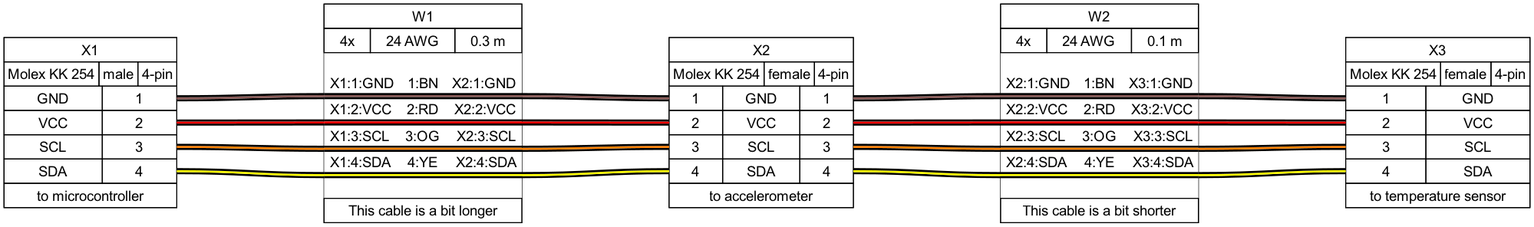
Before: tutorial/tutorial04.png, a diagram exported from Graphviz (tobiasfalk/WireViz). Its source is kept beside it as tutorial/tutorial04.gv. Source of this version:
```dot
graph {
	graph [bgcolor="#FFFFFF" fontname=arial nodesep=0.33 rankdir=LR ranksep=2]
	node [fillcolor="#FFFFFF" fontname=arial height=0 margin=0 shape=none style=filled width=0]
	edge [fontname=arial style=bold]
	X1 [label=<
<table border="0" cellspacing="0" cellpadding="0" bgcolor="#FFFFFF">
 <tr>
  <td>
   <table border="0" cellborder="1" cellpadding="3" cellspacing="0">
    <tr>
     <td>X1</td>
    </tr>
   </table>
  </td>
 </tr>
 <tr>
  <td>
   <table border="0" cellborder="1" cellpadding="3" cellspacing="0">
    <tr>
     <td>Molex KK 254</td>
     <td>male</td>
     <td>4-pin</td>
    </tr>
   </table>
  </td>
 </tr>
 <tr>
  <td>
   <table border="0" cellborder="1" cellpadding="3" cellspacing="0">
    <tr>
     <td>GND</td>
     <td port="p1r">1</td>
    </tr>
    <tr>
     <td>VCC</td>
     <td port="p2r">2</td>
    </tr>
    <tr>
     <td>SCL</td>
     <td port="p3r">3</td>
    </tr>
    <tr>
     <td>SDA</td>
     <td port="p4r">4</td>
    </tr>
   </table>
  </td>
 </tr>
 <tr>
  <td>
   <table border="0" cellborder="1" cellpadding="3" cellspacing="0">
    <tr>
     <td balign="left">to microcontroller</td>
    </tr>
   </table>
  </td>
 </tr>
</table>
> shape=box style=filled]
	X2 [label=<
<table border="0" cellspacing="0" cellpadding="0" bgcolor="#FFFFFF">
 <tr>
  <td>
   <table border="0" cellborder="1" cellpadding="3" cellspacing="0">
    <tr>
     <td>X2</td>
    </tr>
   </table>
  </td>
 </tr>
 <tr>
  <td>
   <table border="0" cellborder="1" cellpadding="3" cellspacing="0">
    <tr>
     <td>Molex KK 254</td>
     <td>female</td>
     <td>4-pin</td>
    </tr>
   </table>
  </td>
 </tr>
 <tr>
  <td>
   <table border="0" cellborder="1" cellpadding="3" cellspacing="0">
    <tr>
     <td port="p1l">1</td>
     <td>GND</td>
     <td port="p1r">1</td>
    </tr>
    <tr>
     <td port="p2l">2</td>
     <td>VCC</td>
     <td port="p2r">2</td>
    </tr>
    <tr>
     <td port="p3l">3</td>
     <td>SCL</td>
     <td port="p3r">3</td>
    </tr>
    <tr>
     <td port="p4l">4</td>
     <td>SDA</td>
     <td port="p4r">4</td>
    </tr>
   </table>
  </td>
 </tr>
 <tr>
  <td>
   <table border="0" cellborder="1" cellpadding="3" cellspacing="0">
    <tr>
     <td balign="left">to accelerometer</td>
    </tr>
   </table>
  </td>
 </tr>
</table>
> shape=box style=filled]
	X3 [label=<
<table border="0" cellspacing="0" cellpadding="0" bgcolor="#FFFFFF">
 <tr>
  <td>
   <table border="0" cellborder="1" cellpadding="3" cellspacing="0">
    <tr>
     <td>X3</td>
    </tr>
   </table>
  </td>
 </tr>
 <tr>
  <td>
   <table border="0" cellborder="1" cellpadding="3" cellspacing="0">
    <tr>
     <td>Molex KK 254</td>
     <td>female</td>
     <td>4-pin</td>
    </tr>
   </table>
  </td>
 </tr>
 <tr>
  <td>
   <table border="0" cellborder="1" cellpadding="3" cellspacing="0">
    <tr>
     <td port="p1l">1</td>
     <td>GND</td>
    </tr>
    <tr>
     <td port="p2l">2</td>
     <td>VCC</td>
    </tr>
    <tr>
     <td port="p3l">3</td>
     <td>SCL</td>
    </tr>
    <tr>
     <td port="p4l">4</td>
     <td>SDA</td>
    </tr>
   </table>
  </td>
 </tr>
 <tr>
  <td>
   <table border="0" cellborder="1" cellpadding="3" cellspacing="0">
    <tr>
     <td balign="left">to temperature sensor</td>
    </tr>
   </table>
  </td>
 </tr>
</table>
> shape=box style=filled]
	W1 [label=<
<table border="0" cellspacing="0" cellpadding="0" bgcolor="#FFFFFF">
 <tr>
  <td>
   <table border="0" cellborder="1" cellpadding="3" cellspacing="0">
    <tr>
     <td>W1</td>
    </tr>
   </table>
  </td>
 </tr>
 <tr>
  <td>
   <table border="0" cellborder="1" cellpadding="3" cellspacing="0">
    <tr>
     <td>4x</td>
     <td>24 AWG</td>
     <td>0.3 m</td>
    </tr>
   </table>
  </td>
 </tr>
 <tr>
  <td>
   <table border="0" cellborder="0" cellspacing="0">
    <tr>
     <td>&nbsp;</td>
    </tr>
    <tr>
     <td align="left"> X1:1:GND</td>
     <td> </td>
     <td>1:BN</td>
     <td> </td>
     <td align="right">X2:1:GND </td>
    </tr>
    <tr>
     <td border="0" cellspacing="0" cellpadding="0" colspan="5" height="6" port="w1">
      <table border="0" cellborder="0" cellspacing="0">
       <tr>
        <td bgcolor="#000000" border="0" cellpadding="0" colspan="5" height="2"></td>
       </tr>
       <tr>
        <td bgcolor="#895956" border="0" cellpadding="0" colspan="5" height="2"></td>
       </tr>
       <tr>
        <td bgcolor="#000000" border="0" cellpadding="0" colspan="5" height="2"></td>
       </tr>
      </table>
     </td>
    </tr>
    <tr>
     <td align="left"> X1:2:VCC</td>
     <td> </td>
     <td>2:RD</td>
     <td> </td>
     <td align="right">X2:2:VCC </td>
    </tr>
    <tr>
     <td border="0" cellspacing="0" cellpadding="0" colspan="5" height="6" port="w2">
      <table border="0" cellborder="0" cellspacing="0">
       <tr>
        <td bgcolor="#000000" border="0" cellpadding="0" colspan="5" height="2"></td>
       </tr>
       <tr>
        <td bgcolor="#FF0000" border="0" cellpadding="0" colspan="5" height="2"></td>
       </tr>
       <tr>
        <td bgcolor="#000000" border="0" cellpadding="0" colspan="5" height="2"></td>
       </tr>
      </table>
     </td>
    </tr>
    <tr>
     <td align="left"> X1:3:SCL</td>
     <td> </td>
     <td>3:OG</td>
     <td> </td>
     <td align="right">X2:3:SCL </td>
    </tr>
    <tr>
     <td border="0" cellspacing="0" cellpadding="0" colspan="5" height="6" port="w3">
      <table border="0" cellborder="0" cellspacing="0">
       <tr>
        <td bgcolor="#000000" border="0" cellpadding="0" colspan="5" height="2"></td>
       </tr>
       <tr>
        <td bgcolor="#FF8000" border="0" cellpadding="0" colspan="5" height="2"></td>
       </tr>
       <tr>
        <td bgcolor="#000000" border="0" cellpadding="0" colspan="5" height="2"></td>
       </tr>
      </table>
     </td>
    </tr>
    <tr>
     <td align="left"> X1:4:SDA</td>
     <td> </td>
     <td>4:YE</td>
     <td> </td>
     <td align="right">X2:4:SDA </td>
    </tr>
    <tr>
     <td border="0" cellspacing="0" cellpadding="0" colspan="5" height="6" port="w4">
      <table border="0" cellborder="0" cellspacing="0">
       <tr>
        <td bgcolor="#000000" border="0" cellpadding="0" colspan="5" height="2"></td>
       </tr>
       <tr>
        <td bgcolor="#FFFF00" border="0" cellpadding="0" colspan="5" height="2"></td>
       </tr>
       <tr>
        <td bgcolor="#000000" border="0" cellpadding="0" colspan="5" height="2"></td>
       </tr>
      </table>
     </td>
    </tr>
    <tr>
     <td>&nbsp;</td>
    </tr>
   </table>
  </td>
 </tr>
 <tr>
  <td>
   <table border="0" cellborder="1" cellpadding="3" cellspacing="0">
    <tr>
     <td balign="left">This cable is a bit longer</td>
    </tr>
   </table>
  </td>
 </tr>
</table>
> shape=box style=filled]
	edge [color="#000000:#895956:#000000"]
	X1:p1r:e -- W1:w1:w
	W1:w1:e -- X2:p1l:w
	edge [color="#000000:#FF0000:#000000"]
	X1:p2r:e -- W1:w2:w
	W1:w2:e -- X2:p2l:w
	edge [color="#000000:#FF8000:#000000"]
	X1:p3r:e -- W1:w3:w
	W1:w3:e -- X2:p3l:w
	edge [color="#000000:#FFFF00:#000000"]
	X1:p4r:e -- W1:w4:w
	W1:w4:e -- X2:p4l:w
	W2 [label=<
<table border="0" cellspacing="0" cellpadding="0" bgcolor="#FFFFFF">
 <tr>
  <td>
   <table border="0" cellborder="1" cellpadding="3" cellspacing="0">
    <tr>
     <td>W2</td>
    </tr>
   </table>
  </td>
 </tr>
 <tr>
  <td>
   <table border="0" cellborder="1" cellpadding="3" cellspacing="0">
    <tr>
     <td>4x</td>
     <td>24 AWG</td>
     <td>0.1 m</td>
    </tr>
   </table>
  </td>
 </tr>
 <tr>
  <td>
   <table border="0" cellborder="0" cellspacing="0">
    <tr>
     <td>&nbsp;</td>
    </tr>
    <tr>
     <td align="left"> X2:1:GND</td>
     <td> </td>
     <td>1:BN</td>
     <td> </td>
     <td align="right">X3:1:GND </td>
    </tr>
    <tr>
     <td border="0" cellspacing="0" cellpadding="0" colspan="5" height="6" port="w1">
      <table border="0" cellborder="0" cellspacing="0">
       <tr>
        <td bgcolor="#000000" border="0" cellpadding="0" colspan="5" height="2"></td>
       </tr>
       <tr>
        <td bgcolor="#895956" border="0" cellpadding="0" colspan="5" height="2"></td>
       </tr>
       <tr>
        <td bgcolor="#000000" border="0" cellpadding="0" colspan="5" height="2"></td>
       </tr>
      </table>
     </td>
    </tr>
    <tr>
     <td align="left"> X2:2:VCC</td>
     <td> </td>
     <td>2:RD</td>
     <td> </td>
     <td align="right">X3:2:VCC </td>
    </tr>
    <tr>
     <td border="0" cellspacing="0" cellpadding="0" colspan="5" height="6" port="w2">
      <table border="0" cellborder="0" cellspacing="0">
       <tr>
        <td bgcolor="#000000" border="0" cellpadding="0" colspan="5" height="2"></td>
       </tr>
       <tr>
        <td bgcolor="#FF0000" border="0" cellpadding="0" colspan="5" height="2"></td>
       </tr>
       <tr>
        <td bgcolor="#000000" border="0" cellpadding="0" colspan="5" height="2"></td>
       </tr>
      </table>
     </td>
    </tr>
    <tr>
     <td align="left"> X2:3:SCL</td>
     <td> </td>
     <td>3:OG</td>
     <td> </td>
     <td align="right">X3:3:SCL </td>
    </tr>
    <tr>
     <td border="0" cellspacing="0" cellpadding="0" colspan="5" height="6" port="w3">
      <table border="0" cellborder="0" cellspacing="0">
       <tr>
        <td bgcolor="#000000" border="0" cellpadding="0" colspan="5" height="2"></td>
       </tr>
       <tr>
        <td bgcolor="#FF8000" border="0" cellpadding="0" colspan="5" height="2"></td>
       </tr>
       <tr>
        <td bgcolor="#000000" border="0" cellpadding="0" colspan="5" height="2"></td>
       </tr>
      </table>
     </td>
    </tr>
    <tr>
     <td align="left"> X2:4:SDA</td>
     <td> </td>
     <td>4:YE</td>
     <td> </td>
     <td align="right">X3:4:SDA </td>
    </tr>
    <tr>
     <td border="0" cellspacing="0" cellpadding="0" colspan="5" height="6" port="w4">
      <table border="0" cellborder="0" cellspacing="0">
       <tr>
        <td bgcolor="#000000" border="0" cellpadding="0" colspan="5" height="2"></td>
       </tr>
       <tr>
        <td bgcolor="#FFFF00" border="0" cellpadding="0" colspan="5" height="2"></td>
       </tr>
       <tr>
        <td bgcolor="#000000" border="0" cellpadding="0" colspan="5" height="2"></td>
       </tr>
      </table>
     </td>
    </tr>
    <tr>
     <td>&nbsp;</td>
    </tr>
   </table>
  </td>
 </tr>
 <tr>
  <td>
   <table border="0" cellborder="1" cellpadding="3" cellspacing="0">
    <tr>
     <td balign="left">This cable is a bit shorter</td>
    </tr>
   </table>
  </td>
 </tr>
</table>
> shape=box style=filled]
	edge [color="#000000:#895956:#000000"]
	X2:p1r:e -- W2:w1:w
	W2:w1:e -- X3:p1l:w
	edge [color="#000000:#FF0000:#000000"]
	X2:p2r:e -- W2:w2:w
	W2:w2:e -- X3:p2l:w
	edge [color="#000000:#FF8000:#000000"]
	X2:p3r:e -- W2:w3:w
	W2:w3:e -- X3:p3l:w
	edge [color="#000000:#FFFF00:#000000"]
	X2:p4r:e -- W2:w4:w
	W2:w4:e -- X3:p4l:w
}
```
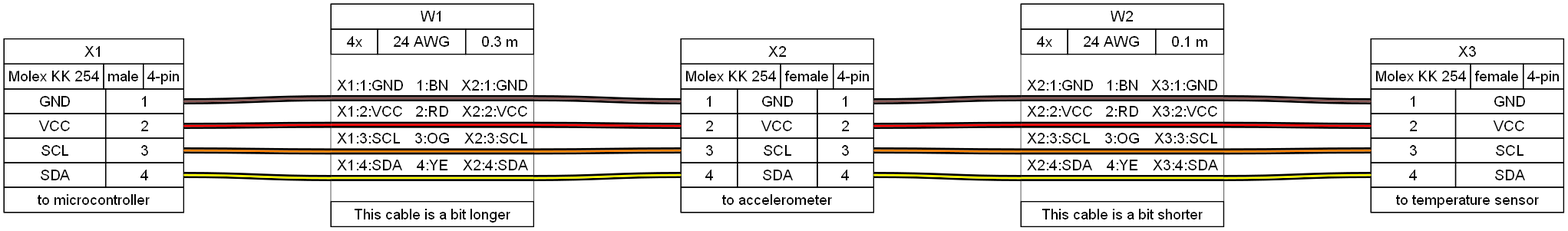
The same file after the commit.

The edit, as a diff of the source:
```diff
@@ -207,19 +207,7 @@
      <td align="right">X2:1:GND </td>
     </tr>
     <tr>
-     <td border="0" cellspacing="0" cellpadding="0" colspan="5" height="6" port="w1">
-      <table border="0" cellborder="0" cellspacing="0">
-       <tr>
-        <td bgcolor="#000000" border="0" cellpadding="0" colspan="5" height="2"></td>
-       </tr>
-       <tr>
-        <td bgcolor="#895956" border="0" cellpadding="0" colspan="5" height="2"></td>
-       </tr>
-       <tr>
-        <td bgcolor="#000000" border="0" cellpadding="0" colspan="5" height="2"></td>
-       </tr>
-      </table>
-     </td>
+     <td border="0" cellspacing="0" cellpadding="0" colspan="5" height="6" port="w1"></td>
     </tr>
     <tr>
      <td align="left"> X1:2:VCC</td>
@@ -229,19 +217,7 @@
      <td align="right">X2:2:VCC </td>
     </tr>
     <tr>
-     <td border="0" cellspacing="0" cellpadding="0" colspan="5" height="6" port="w2">
-      <table border="0" cellborder="0" cellspacing="0">
-       <tr>
-        <td bgcolor="#000000" border="0" cellpadding="0" colspan="5" height="2"></td>
-       </tr>
-       <tr>
-        <td bgcolor="#FF0000" border="0" cellpadding="0" colspan="5" height="2"></td>
-       </tr>
-       <tr>
-        <td bgcolor="#000000" border="0" cellpadding="0" colspan="5" height="2"></td>
-       </tr>
-      </table>
-     </td>
+     <td border="0" cellspacing="0" cellpadding="0" colspan="5" height="6" port="w2"></td>
     </tr>
     <tr>
      <td align="left"> X1:3:SCL</td>
@@ -251,19 +227,7 @@
      <td align="right">X2:3:SCL </td>
     </tr>
     <tr>
-     <td border="0" cellspacing="0" cellpadding="0" colspan="5" height="6" port="w3">
-      <table border="0" cellborder="0" cellspacing="0">
-       <tr>
-        <td bgcolor="#000000" border="0" cellpadding="0" colspan="5" height="2"></td>
-       </tr>
-       <tr>
-        <td bgcolor="#FF8000" border="0" cellpadding="0" colspan="5" height="2"></td>
-       </tr>
-       <tr>
-        <td bgcolor="#000000" border="0" cellpadding="0" colspan="5" height="2"></td>
-       </tr>
-      </table>
-     </td>
+     <td border="0" cellspacing="0" cellpadding="0" colspan="5" height="6" port="w3"></td>
     </tr>
     <tr>
      <td align="left"> X1:4:SDA</td>
@@ -273,19 +237,7 @@
      <td align="right">X2:4:SDA </td>
     </tr>
     <tr>
-     <td border="0" cellspacing="0" cellpadding="0" colspan="5" height="6" port="w4">
-      <table border="0" cellborder="0" cellspacing="0">
-       <tr>
-        <td bgcolor="#000000" border="0" cellpadding="0" colspan="5" height="2"></td>
-       </tr>
-       <tr>
-        <td bgcolor="#FFFF00" border="0" cellpadding="0" colspan="5" height="2"></td>
-       </tr>
-       <tr>
-        <td bgcolor="#000000" border="0" cellpadding="0" colspan="5" height="2"></td>
-       </tr>
-      </table>
-     </td>
+     <td border="0" cellspacing="0" cellpadding="0" colspan="5" height="6" port="w4"></td>
     </tr>
     <tr>
      <td>&nbsp;</td>
@@ -316,6 +268,10 @@
 	edge [color="#000000:#FFFF00:#000000"]
 	X1:p4r:e -- W1:w4:w
 	W1:w4:e -- X2:p4l:w
+	W1:w1:e -- W1:w1:w [color="#000000:#895956:#000000" straight=straight]
+	W1:w2:e -- W1:w2:w [color="#000000:#FF0000:#000000" straight=straight]
+	W1:w3:e -- W1:w3:w [color="#000000:#FF8000:#000000" straight=straight]
+	W1:w4:e -- W1:w4:w [color="#000000:#FFFF00:#000000" straight=straight]
 	W2 [label=<
 <table border="0" cellspacing="0" cellpadding="0" bgcolor="#FFFFFF">
  <tr>
@@ -352,19 +308,7 @@
      <td align="right">X3:1:GND </td>
     </tr>
     <tr>
-     <td border="0" cellspacing="0" cellpadding="0" colspan="5" height="6" port="w1">
-      <table border="0" cellborder="0" cellspacing="0">
-       <tr>
-        <td bgcolor="#000000" border="0" cellpadding="0" colspan="5" height="2"></td>
-       </tr>
-       <tr>
-        <td bgcolor="#895956" border="0" cellpadding="0" colspan="5" height="2"></td>
-       </tr>
-       <tr>
-        <td bgcolor="#000000" border="0" cellpadding="0" colspan="5" height="2"></td>
-       </tr>
-      </table>
-     </td>
+     <td border="0" cellspacing="0" cellpadding="0" colspan="5" height="6" port="w1"></td>
     </tr>
     <tr>
      <td align="left"> X2:2:VCC</td>
@@ -374,19 +318,7 @@
      <td align="right">X3:2:VCC </td>
     </tr>
     <tr>
-     <td border="0" cellspacing="0" cellpadding="0" colspan="5" height="6" port="w2">
-      <table border="0" cellborder="0" cellspacing="0">
-       <tr>
-        <td bgcolor="#000000" border="0" cellpadding="0" colspan="5" height="2"></td>
-       </tr>
-       <tr>
-        <td bgcolor="#FF0000" border="0" cellpadding="0" colspan="5" height="2"></td>
-       </tr>
-       <tr>
-        <td bgcolor="#000000" border="0" cellpadding="0" colspan="5" height="2"></td>
-       </tr>
-      </table>
-     </td>
+     <td border="0" cellspacing="0" cellpadding="0" colspan="5" height="6" port="w2"></td>
     </tr>
     <tr>
      <td align="left"> X2:3:SCL</td>
@@ -396,19 +328,7 @@
      <td align="right">X3:3:SCL </td>
     </tr>
     <tr>
-     <td border="0" cellspacing="0" cellpadding="0" colspan="5" height="6" port="w3">
-      <table border="0" cellborder="0" cellspacing="0">
-       <tr>
-        <td bgcolor="#000000" border="0" cellpadding="0" colspan="5" height="2"></td>
-       </tr>
-       <tr>
-        <td bgcolor="#FF8000" border="0" cellpadding="0" colspan="5" height="2"></td>
-       </tr>
-       <tr>
-        <td bgcolor="#000000" border="0" cellpadding="0" colspan="5" height="2"></td>
-       </tr>
-      </table>
-     </td>
+     <td border="0" cellspacing="0" cellpadding="0" colspan="5" height="6" port="w3"></td>
     </tr>
     <tr>
      <td align="left"> X2:4:SDA</td>
@@ -418,19 +338,7 @@
      <td align="right">X3:4:SDA </td>
     </tr>
     <tr>
-     <td border="0" cellspacing="0" cellpadding="0" colspan="5" height="6" port="w4">
-      <table border="0" cellborder="0" cellspacing="0">
-       <tr>
-        <td bgcolor="#000000" border="0" cellpadding="0" colspan="5" height="2"></td>
-       </tr>
-       <tr>
-        <td bgcolor="#FFFF00" border="0" cellpadding="0" colspan="5" height="2"></td>
-       </tr>
-       <tr>
-        <td bgcolor="#000000" border="0" cellpadding="0" colspan="5" height="2"></td>
-       </tr>
-      </table>
-     </td>
+     <td border="0" cellspacing="0" cellpadding="0" colspan="5" height="6" port="w4"></td>
     </tr>
     <tr>
      <td>&nbsp;</td>
@@ -461,4 +369,8 @@
 	edge [color="#000000:#FFFF00:#000000"]
 	X2:p4r:e -- W2:w4:w
 	W2:w4:e -- X3:p4l:w
+	W2:w1:e -- W2:w1:w [color="#000000:#895956:#000000" straight=straight]
+	W2:w2:e -- W2:w2:w [color="#000000:#FF0000:#000000" straight=straight]
+	W2:w3:e -- W2:w3:w [color="#000000:#FF8000:#000000" straight=straight]
+	W2:w4:e -- W2:w4:w [color="#000000:#FFFF00:#000000" straight=straight]
 }
```
